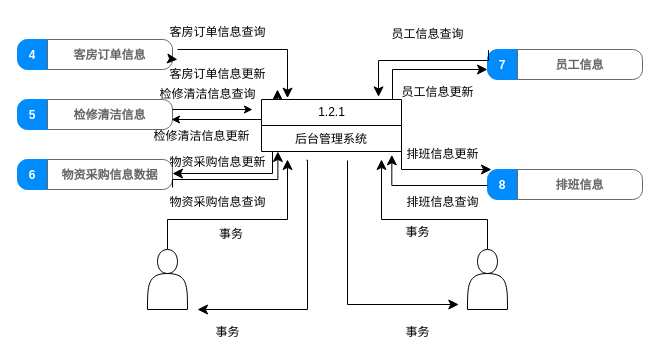
YGOclearmind/hdu-work keeps this draw.io diagram as 未命名绘图.drawio. Above is the earlier version. Source tidied: cells renumbered, new cells numbered last; positions are measured from the earlier drawing's top-left corner, leaving out a move shared by most shapes. Both pictures are drawn from the tidied source at 100%, with x=0, y=0 at pixel (17, 17).
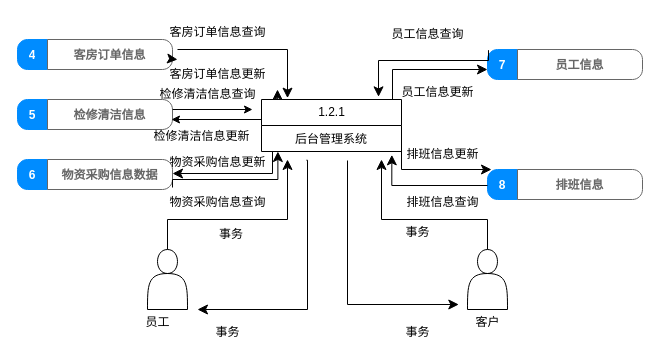
After the change.

Commit message:
更新未命名绘图.drawio

What changed in the source:
```diff
@@
+    <mxCell id="50" value="员工" style="text;html=1;align=center;verticalAlign=middle;strokeColor=none;fillColor=none;" parent="1" vertex="1">
+      <mxGeometry x="115" y="290" width="50" height="30" as="geometry" />
+    </mxCell>
+    <mxCell id="51" value="客户" style="text;html=1;align=center;verticalAlign=middle;strokeColor=none;fillColor=none;" parent="1" vertex="1">
+      <mxGeometry x="445" y="290" width="50" height="30" as="geometry" />
+    </mxCell>
```
